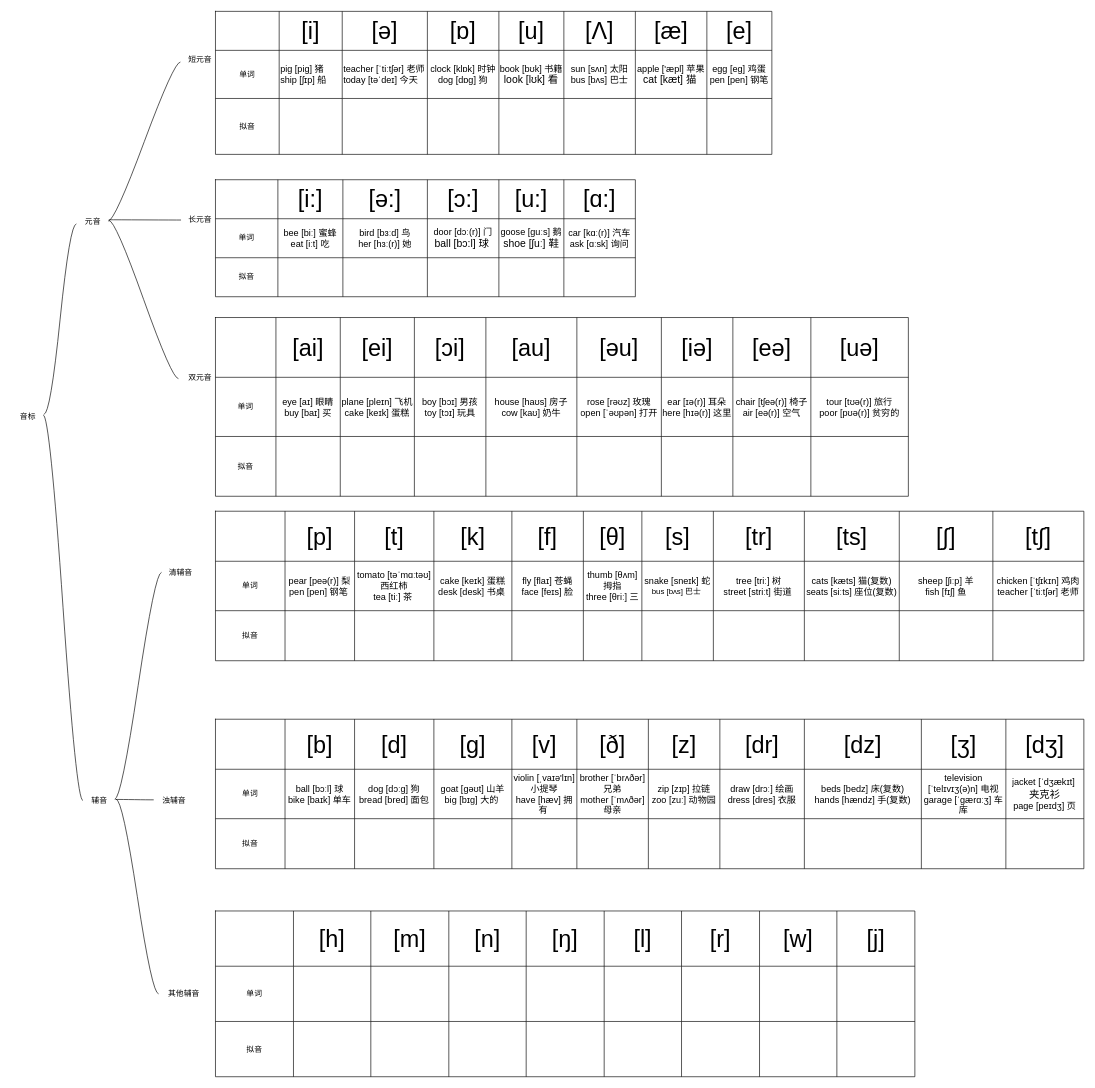
Above: page "第 2 页" (2 of 2) of 未命名表单.drawio in gituserc123/HelloWorld (draw.io), before the change. Source tidied: cells renumbered, new cells numbered last; positions are measured from the earlier drawing's top-left corner, leaving out a move shared by most shapes. Both pictures are drawn from the tidied source at 65%, with x=0, y=0 at pixel (11, 11).
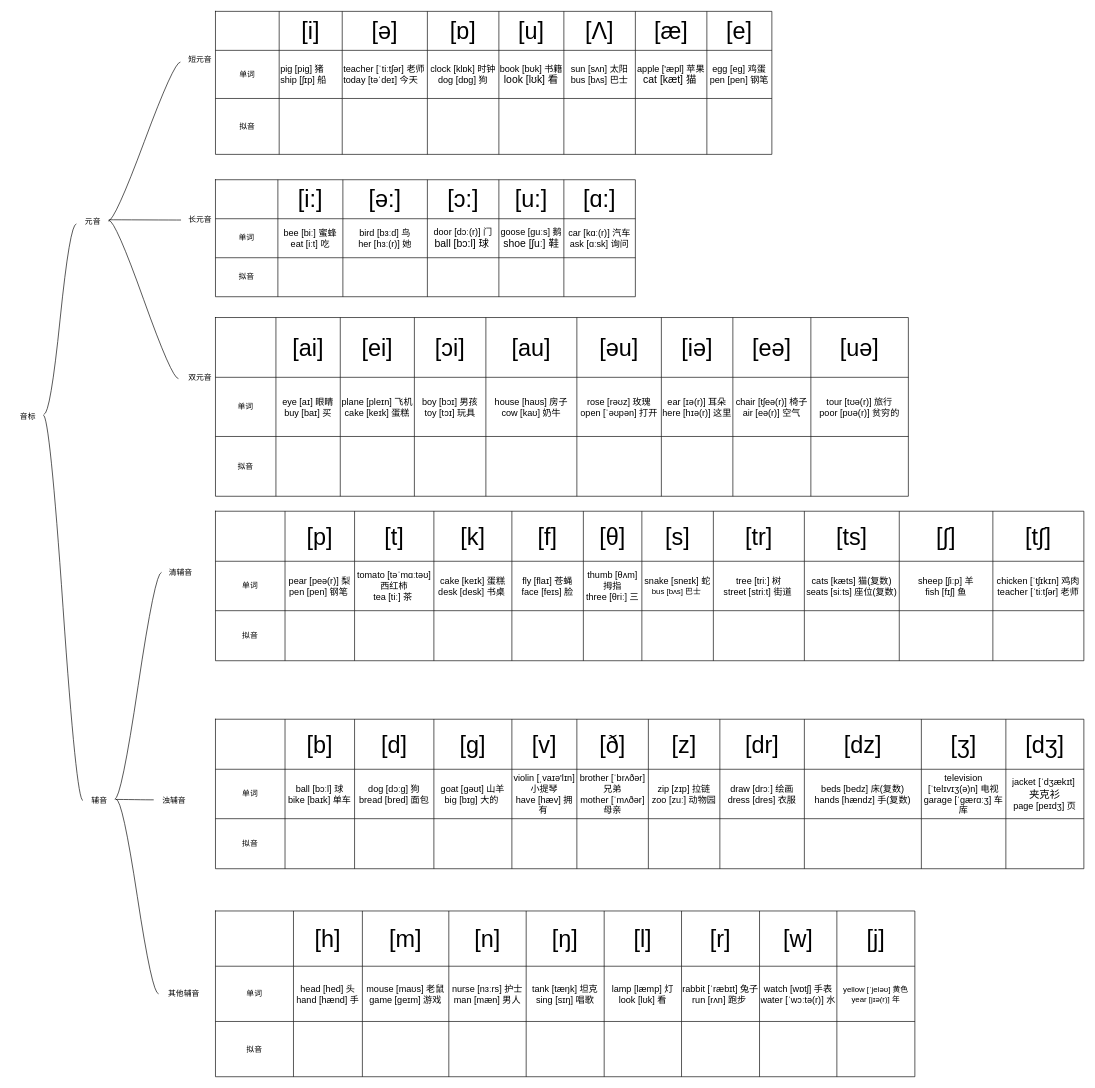
The same page after the edit.

Commit message (it also covers changes not shown here):
更新未命名表单.drawio

Unchanged cells that the change refers to:
```xml
<mxCell id="175" style="shape=tableRow;horizontal=0;startSize=0;swimlaneHead=0;swimlaneBody=0;strokeColor=inherit;top=0;left=0;bottom=0;right=0;fillColor=none;" parent="174" vertex="1">
  <mxGeometry width="1076" height="85" as="geometry" />
</mxCell>
<mxCell id="185" style="shape=tableRow;horizontal=0;startSize=0;swimlaneHead=0;swimlaneBody=0;strokeColor=inherit;top=0;left=0;bottom=0;right=0;fillColor=none;" parent="174" vertex="1">
  <mxGeometry y="85" width="1076" height="85" as="geometry" />
</mxCell>
<mxCell id="195" style="shape=tableRow;horizontal=0;startSize=0;swimlaneHead=0;swimlaneBody=0;strokeColor=inherit;top=0;left=0;bottom=0;right=0;fillColor=none;" parent="174" vertex="1">
  <mxGeometry y="170" width="1076" height="85" as="geometry" />
</mxCell>
```

What changed in the source:
```diff
@@
     <mxCell id="177" value="&lt;font style=&quot;font-size: 36px;&quot;&gt;[h]&lt;/font&gt;" style="shape=partialRectangle;html=1;whiteSpace=wrap;strokeColor=inherit;overflow=hidden;fillColor=none;top=0;left=0;bottom=0;right=0;" parent="175" vertex="1">
-      <mxGeometry x="120" width="119" height="85" as="geometry" />
+      <mxGeometry x="120" width="106" height="85" as="geometry" />
     </mxCell>
     <mxCell id="178" value="&lt;font style=&quot;font-size: 36px;&quot;&gt;[m]&lt;/font&gt;" style="shape=partialRectangle;html=1;whiteSpace=wrap;strokeColor=inherit;overflow=hidden;fillColor=none;top=0;left=0;bottom=0;right=0;" parent="175" vertex="1">
-      <mxGeometry x="239" width="120" height="85" as="geometry" />
+      <mxGeometry x="226" width="133" height="85" as="geometry" />
     </mxCell>
@@
-    <mxCell id="187" style="shape=partialRectangle;html=1;whiteSpace=wrap;strokeColor=inherit;overflow=hidden;fillColor=none;top=0;left=0;bottom=0;right=0;" parent="185" vertex="1">
-      <mxGeometry x="120" width="119" height="85" as="geometry" />
+    <mxCell id="187" value="&lt;div&gt;&lt;font style=&quot;font-size: 14px;&quot;&gt;head [hed] 头&lt;/font&gt;&lt;/div&gt;&lt;div&gt;&lt;font style=&quot;font-size: 14px;&quot;&gt;hand [hænd] 手&lt;/font&gt;&lt;/div&gt;" style="shape=partialRectangle;html=1;whiteSpace=wrap;strokeColor=inherit;overflow=hidden;fillColor=none;top=0;left=0;bottom=0;right=0;" parent="185" vertex="1">
+      <mxGeometry x="120" width="106" height="85" as="geometry" />
     </mxCell>
-    <mxCell id="188" style="shape=partialRectangle;html=1;whiteSpace=wrap;strokeColor=inherit;overflow=hidden;fillColor=none;top=0;left=0;bottom=0;right=0;" parent="185" vertex="1">
-      <mxGeometry x="239" width="120" height="85" as="geometry" />
+    <mxCell id="188" value="&lt;div&gt;&lt;font style=&quot;font-size: 14px;&quot;&gt;mouse [maʊs] 老鼠&lt;/font&gt;&lt;/div&gt;&lt;div&gt;&lt;font style=&quot;font-size: 14px;&quot;&gt;game [ɡeɪm] 游戏&lt;/font&gt;&lt;/div&gt;" style="shape=partialRectangle;html=1;whiteSpace=wrap;strokeColor=inherit;overflow=hidden;fillColor=none;top=0;left=0;bottom=0;right=0;" parent="185" vertex="1">
+      <mxGeometry x="226" width="133" height="85" as="geometry" />
     </mxCell>
-    <mxCell id="189" style="shape=partialRectangle;html=1;whiteSpace=wrap;strokeColor=inherit;overflow=hidden;fillColor=none;top=0;left=0;bottom=0;right=0;" parent="185" vertex="1">
+    <mxCell id="189" value="&lt;div&gt;&lt;font style=&quot;font-size: 14px;&quot;&gt;nurse [nɜːrs] 护士&lt;/font&gt;&lt;/div&gt;&lt;div&gt;&lt;font style=&quot;font-size: 14px;&quot;&gt;man [mæn] 男人&lt;/font&gt;&lt;/div&gt;" style="shape=partialRectangle;html=1;whiteSpace=wrap;strokeColor=inherit;overflow=hidden;fillColor=none;top=0;left=0;bottom=0;right=0;" parent="185" vertex="1">
       <mxGeometry x="359" width="119" height="85" as="geometry" />
     </mxCell>
-    <mxCell id="190" style="shape=partialRectangle;html=1;whiteSpace=wrap;strokeColor=inherit;overflow=hidden;fillColor=none;top=0;left=0;bottom=0;right=0;" parent="185" vertex="1">
+    <mxCell id="190" value="&lt;div&gt;&lt;font style=&quot;font-size: 14px;&quot;&gt;tank [tæŋk] 坦克&lt;/font&gt;&lt;/div&gt;&lt;div&gt;&lt;font style=&quot;font-size: 14px;&quot;&gt;sing [sɪŋ] 唱歌&lt;/font&gt;&lt;/div&gt;" style="shape=partialRectangle;html=1;whiteSpace=wrap;strokeColor=inherit;overflow=hidden;fillColor=none;top=0;left=0;bottom=0;right=0;" parent="185" vertex="1">
       <mxGeometry x="478" width="120" height="85" as="geometry" />
     </mxCell>
-    <mxCell id="191" style="shape=partialRectangle;html=1;whiteSpace=wrap;strokeColor=inherit;overflow=hidden;fillColor=none;top=0;left=0;bottom=0;right=0;" parent="185" vertex="1">
+    <mxCell id="191" value="&lt;div&gt;&lt;font style=&quot;font-size: 14px;&quot;&gt;lamp [læmp] 灯&lt;/font&gt;&lt;/div&gt;&lt;div&gt;&lt;font style=&quot;font-size: 14px;&quot;&gt;look [lʊk] 看&lt;/font&gt;&lt;/div&gt;" style="shape=partialRectangle;html=1;whiteSpace=wrap;strokeColor=inherit;overflow=hidden;fillColor=none;top=0;left=0;bottom=0;right=0;" parent="185" vertex="1">
       <mxGeometry x="598" width="119" height="85" as="geometry" />
     </mxCell>
-    <mxCell id="192" style="shape=partialRectangle;html=1;whiteSpace=wrap;strokeColor=inherit;overflow=hidden;fillColor=none;top=0;left=0;bottom=0;right=0;" parent="185" vertex="1">
+    <mxCell id="192" value="&lt;div&gt;&lt;font style=&quot;font-size: 14px;&quot;&gt;rabbit [ˈræbɪt] 兔子&lt;/font&gt;&lt;/div&gt;&lt;div&gt;&lt;font style=&quot;font-size: 14px;&quot;&gt;run [rʌn] 跑步&lt;/font&gt;&amp;nbsp;&lt;/div&gt;" style="shape=partialRectangle;html=1;whiteSpace=wrap;strokeColor=inherit;overflow=hidden;fillColor=none;top=0;left=0;bottom=0;right=0;" parent="185" vertex="1">
       <mxGeometry x="717" width="120" height="85" as="geometry" />
     </mxCell>
-    <mxCell id="193" style="shape=partialRectangle;html=1;whiteSpace=wrap;strokeColor=inherit;overflow=hidden;fillColor=none;top=0;left=0;bottom=0;right=0;" parent="185" vertex="1">
+    <mxCell id="193" value="&lt;div&gt;&lt;font style=&quot;font-size: 14px;&quot;&gt;watch [wɒtʃ] 手表&lt;/font&gt;&lt;/div&gt;&lt;div&gt;&lt;font style=&quot;font-size: 14px;&quot;&gt;water [ˈwɔːtə(r)] 水&lt;/font&gt;&lt;/div&gt;" style="shape=partialRectangle;html=1;whiteSpace=wrap;strokeColor=inherit;overflow=hidden;fillColor=none;top=0;left=0;bottom=0;right=0;" parent="185" vertex="1">
       <mxGeometry x="837" width="119" height="85" as="geometry" />
     </mxCell>
-    <mxCell id="194" style="shape=partialRectangle;html=1;whiteSpace=wrap;strokeColor=inherit;overflow=hidden;fillColor=none;top=0;left=0;bottom=0;right=0;" parent="185" vertex="1">
+    <mxCell id="194" value="&lt;div&gt;yellow [ˈjeləʊ] 黄色&lt;/div&gt;&lt;div&gt;year [jɪə(r)] 年&lt;/div&gt;" style="shape=partialRectangle;html=1;whiteSpace=wrap;strokeColor=inherit;overflow=hidden;fillColor=none;top=0;left=0;bottom=0;right=0;" parent="185" vertex="1">
       <mxGeometry x="956" width="120" height="85" as="geometry" />
     </mxCell>
@@
     <mxCell id="197" style="shape=partialRectangle;html=1;whiteSpace=wrap;strokeColor=inherit;overflow=hidden;fillColor=none;top=0;left=0;bottom=0;right=0;" parent="195" vertex="1">
-      <mxGeometry x="120" width="119" height="85" as="geometry" />
+      <mxGeometry x="120" width="106" height="85" as="geometry" />
     </mxCell>
     <mxCell id="198" style="shape=partialRectangle;html=1;whiteSpace=wrap;strokeColor=inherit;overflow=hidden;fillColor=none;top=0;left=0;bottom=0;right=0;" parent="195" vertex="1">
-      <mxGeometry x="239" width="120" height="85" as="geometry" />
+      <mxGeometry x="226" width="133" height="85" as="geometry" />
     </mxCell>
```
